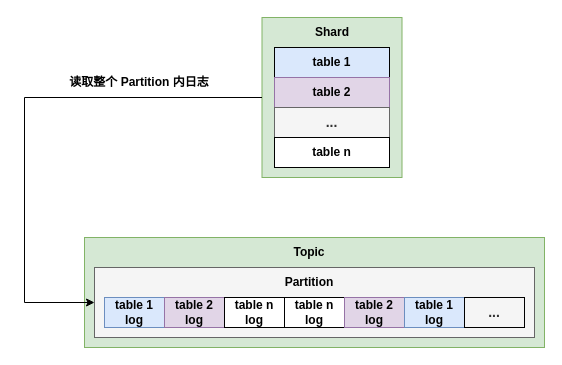
Before: kafkashard.drawio in Rachelint/drawio-store, a draw.io diagram. Source tidied: cells renumbered, new cells numbered last; positions are measured from the earlier drawing's top-left corner, leaving out a move shared by most shapes. Both pictures are drawn from the tidied source at 100%, with x=0, y=0 at pixel (24, 17).
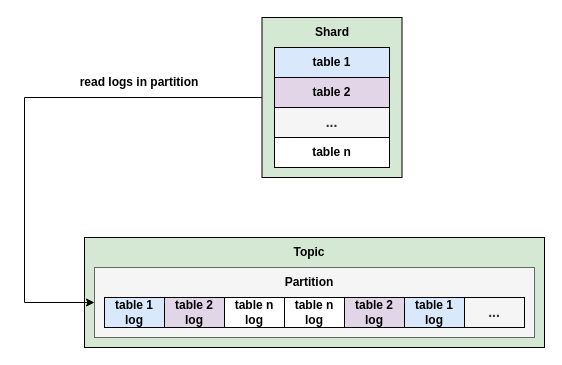
The same diagram, later.

Diff of the diagram source:
```diff
@@
-    <mxCell id="2" style="rounded=0;whiteSpace=wrap;html=1;fillColor=#d5e8d4;strokeColor=#82b366;fontStyle=1;" parent="1" vertex="1">
+    <mxCell id="2" style="rounded=0;whiteSpace=wrap;html=1;fillColor=#d5e8d4;strokeColor=#000000;fontStyle=1;" parent="1" vertex="1">
       <mxGeometry x="237.5" width="140" height="160" as="geometry" />
     </mxCell>
-    <mxCell id="3" style="rounded=0;whiteSpace=wrap;html=1;fillColor=#d5e8d4;strokeColor=#82b366;fontStyle=1;" parent="1" vertex="1">
+    <mxCell id="3" style="rounded=0;whiteSpace=wrap;html=1;fillColor=#d5e8d4;strokeColor=#000000;fontStyle=1;" parent="1" vertex="1">
       <mxGeometry x="60" y="220" width="460" height="110" as="geometry" />
     </mxCell>
@@
-    <mxCell id="5" value="table 1 log" style="rounded=0;whiteSpace=wrap;html=1;labelBackgroundColor=none;fillColor=#dae8fc;strokeColor=#6c8ebf;fontStyle=1;" parent="1" vertex="1">
+    <mxCell id="5" value="table 1 log" style="rounded=0;whiteSpace=wrap;html=1;labelBackgroundColor=none;fillColor=#dae8fc;strokeColor=#000000;fontStyle=1;" parent="1" vertex="1">
       <mxGeometry x="80" y="280" width="60" height="30" as="geometry" />
     </mxCell>
-    <mxCell id="6" value="table 2 log" style="rounded=0;whiteSpace=wrap;html=1;labelBackgroundColor=none;fillColor=#e1d5e7;strokeColor=#9673a6;fontStyle=1;" parent="1" vertex="1">
+    <mxCell id="6" value="table 2 log" style="rounded=0;whiteSpace=wrap;html=1;labelBackgroundColor=none;fillColor=#e1d5e7;strokeColor=#000000;fontStyle=1;" parent="1" vertex="1">
       <mxGeometry x="140" y="280" width="60" height="30" as="geometry" />
     </mxCell>
-    <mxCell id="7" value="table n log" style="rounded=0;whiteSpace=wrap;html=1;labelBackgroundColor=none;fontStyle=1;" parent="1" vertex="1">
+    <mxCell id="7" value="table n log" style="rounded=0;whiteSpace=wrap;html=1;labelBackgroundColor=none;fontStyle=1;strokeColor=#000000;" parent="1" vertex="1">
       <mxGeometry x="200" y="280" width="60" height="30" as="geometry" />
     </mxCell>
-    <mxCell id="8" value="table n log" style="rounded=0;whiteSpace=wrap;html=1;labelBackgroundColor=none;fontStyle=1;" parent="1" vertex="1">
+    <mxCell id="8" value="table n log" style="rounded=0;whiteSpace=wrap;html=1;labelBackgroundColor=none;fontStyle=1;strokeColor=#000000;" parent="1" vertex="1">
       <mxGeometry x="260" y="280" width="60" height="30" as="geometry" />
     </mxCell>
-    <mxCell id="9" value="table 2 log" style="rounded=0;whiteSpace=wrap;html=1;labelBackgroundColor=none;fillColor=#e1d5e7;strokeColor=#9673a6;fontStyle=1;" parent="1" vertex="1">
+    <mxCell id="9" value="table 2 log" style="rounded=0;whiteSpace=wrap;html=1;labelBackgroundColor=none;fillColor=#e1d5e7;strokeColor=#000000;fontStyle=1;" parent="1" vertex="1">
       <mxGeometry x="320" y="280" width="60" height="30" as="geometry" />
     </mxCell>
-    <mxCell id="10" value="table 1 log" style="rounded=0;whiteSpace=wrap;html=1;labelBackgroundColor=none;fillColor=#dae8fc;strokeColor=#6c8ebf;fontStyle=1;" parent="1" vertex="1">
+    <mxCell id="10" value="table 1 log" style="rounded=0;whiteSpace=wrap;html=1;labelBackgroundColor=none;fillColor=#dae8fc;strokeColor=#000000;fontStyle=1;" parent="1" vertex="1">
       <mxGeometry x="380" y="280" width="60" height="30" as="geometry" />
     </mxCell>
@@
-    <mxCell id="14" value="读取整个 Partition 内日志" style="text;html=1;strokeColor=none;fillColor=none;align=center;verticalAlign=middle;whiteSpace=wrap;rounded=0;fontStyle=1;" parent="1" vertex="1">
+    <mxCell id="14" value="read logs in partition" style="text;html=1;strokeColor=none;fillColor=none;align=center;verticalAlign=middle;whiteSpace=wrap;rounded=0;fontStyle=1;" parent="1" vertex="1">
       <mxGeometry x="40" y="50" width="150" height="30" as="geometry" />
     </mxCell>
@@
-    <mxCell id="17" value="table 2" style="rounded=0;whiteSpace=wrap;html=1;fillColor=#e1d5e7;strokeColor=#9673a6;fontStyle=1;" parent="1" vertex="1">
+    <mxCell id="17" value="table 2" style="rounded=0;whiteSpace=wrap;html=1;fillColor=#e1d5e7;strokeColor=#000000;fontStyle=1;" parent="1" vertex="1">
       <mxGeometry x="250" y="60" width="115" height="30" as="geometry" />
     </mxCell>
-    <mxCell id="18" value="&lt;font style=&quot;font-size: 14px;&quot;&gt;&lt;span&gt;...&lt;/span&gt;&lt;/font&gt;" style="rounded=0;whiteSpace=wrap;html=1;fillColor=#f5f5f5;strokeColor=#666666;fontColor=#333333;fontStyle=1;" parent="1" vertex="1">
+    <mxCell id="18" value="&lt;font style=&quot;font-size: 14px;&quot;&gt;&lt;span&gt;...&lt;/span&gt;&lt;/font&gt;" style="rounded=0;whiteSpace=wrap;html=1;fillColor=#f5f5f5;strokeColor=#000000;fontColor=#333333;fontStyle=1;" parent="1" vertex="1">
       <mxGeometry x="250" y="90" width="115" height="30" as="geometry" />
     </mxCell>
-    <mxCell id="19" value="table n" style="rounded=0;whiteSpace=wrap;html=1;fontStyle=1;" parent="1" vertex="1">
+    <mxCell id="19" value="table n" style="rounded=0;whiteSpace=wrap;html=1;fontStyle=1;strokeColor=#000000;" parent="1" vertex="1">
       <mxGeometry x="250" y="120" width="115" height="30" as="geometry" />
     </mxCell>
```
